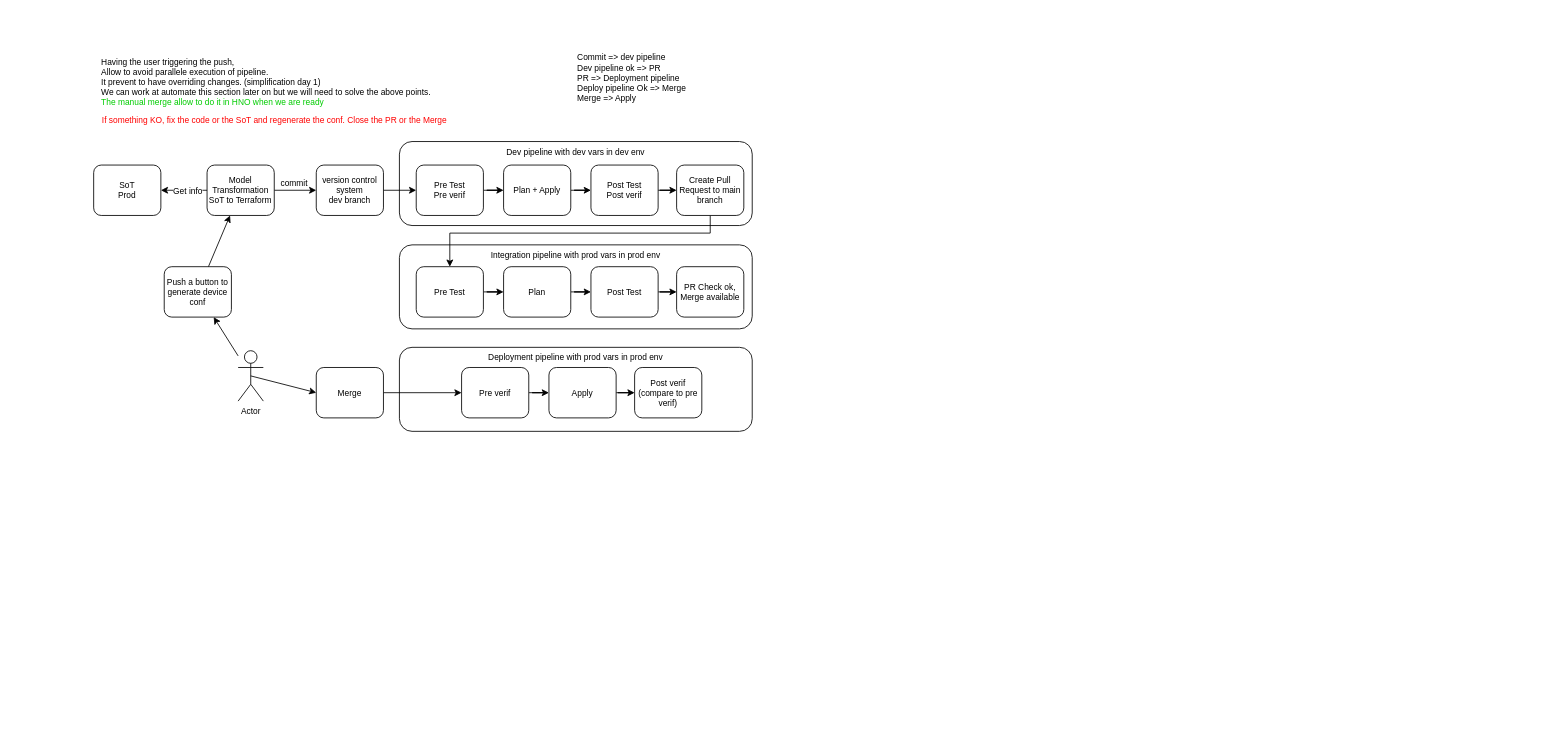
Earlier version of the draw.io diagram page "WithSoT" (1 of 4) of post/tf-gha-nsxt-cicd/TerraformNetworkCICD.drawio (netmemo/netmemo.github.io). Source tidied: cells renumbered, new cells numbered last; positions are measured from the earlier drawing's top-left corner, leaving out a move shared by most shapes. Both pictures are drawn from the tidied source at 84%, with x=0, y=0 at pixel (93, 48).
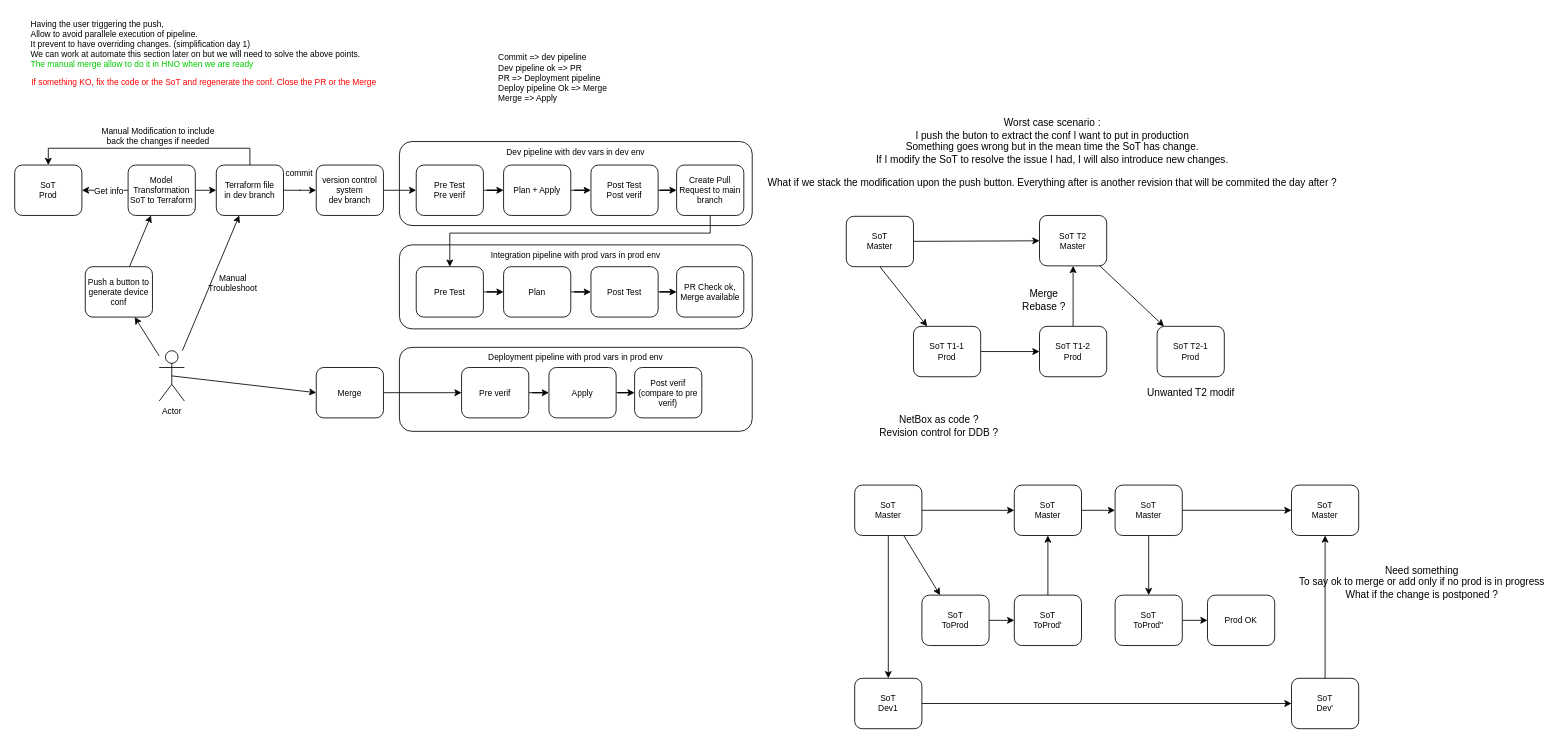
After the change.

Unchanged cells that the change refers to:
```xml
<mxCell id="11" value="&lt;div style=&quot;font-size: 10px;&quot;&gt;version control system&lt;/div&gt;&lt;div style=&quot;font-size: 10px;&quot;&gt;dev branch&lt;br style=&quot;font-size: 10px;&quot;&gt;&lt;/div&gt;" style="rounded=1;whiteSpace=wrap;html=1;fontSize=10;" parent="1" vertex="1">
  <mxGeometry x="265" y="139" width="80" height="60" as="geometry" />
</mxCell>
```

The edit, as a diff of the source:
```diff
@@
     <mxCell id="5" value="&lt;div style=&quot;font-size: 10px;&quot;&gt;SoT&lt;/div&gt;&lt;div style=&quot;font-size: 10px;&quot;&gt;Prod&lt;br style=&quot;font-size: 10px;&quot;&gt;&lt;/div&gt;" style="rounded=1;whiteSpace=wrap;html=1;fontSize=10;" parent="1" vertex="1">
-      <mxGeometry y="139" width="80" height="60" as="geometry" />
+      <mxGeometry x="-94" y="139" width="80" height="60" as="geometry" />
     </mxCell>
-    <mxCell id="6" style="edgeStyle=none;rounded=0;jettySize=auto;html=1;startArrow=none;startFill=0;fontSize=10;" parent="1" edge="1" source="7" target="11">
+    <mxCell id="6" style="edgeStyle=none;rounded=0;jettySize=auto;html=1;startArrow=none;startFill=0;fontSize=10;" parent="1" edge="1" source="7" target="46">
       <mxGeometry relative="1" as="geometry" />
     </mxCell>
     <mxCell id="7" value="Model Transformation&lt;br&gt;SoT to Terraform" style="rounded=1;whiteSpace=wrap;html=1;fontSize=10;" parent="1" vertex="1">
-      <mxGeometry x="135" y="139" width="80" height="60" as="geometry" />
+      <mxGeometry x="41" y="139" width="80" height="60" as="geometry" />
     </mxCell>
@@
+    <mxCell id="43" style="rounded=0;jettySize=auto;html=1;" parent="1" edge="1" source="25" target="46">
+      <mxGeometry relative="1" as="geometry" />
+    </mxCell>
     <mxCell id="25" value="Actor" style="shape=umlActor;verticalLabelPosition=bottom;verticalAlign=top;html=1;outlineConnect=0;fontSize=10;" parent="1" vertex="1">
-      <mxGeometry x="172" y="360" width="30" height="60" as="geometry" />
+      <mxGeometry x="78" y="360" width="30" height="60" as="geometry" />
     </mxCell>
     <mxCell id="26" value="Commit =&amp;gt; dev pipeline&lt;br style=&quot;font-size: 10px&quot;&gt;Dev pipeline ok =&amp;gt; PR&lt;br style=&quot;font-size: 10px&quot;&gt;PR =&amp;gt; Deployment pipeline&lt;br style=&quot;font-size: 10px&quot;&gt;Deploy pipeline Ok =&amp;gt; Merge&lt;br style=&quot;font-size: 10px&quot;&gt;&lt;div style=&quot;font-size: 10px&quot;&gt;&lt;span style=&quot;font-size: 10px&quot;&gt;Merge =&amp;gt; Apply&lt;/span&gt;&lt;/div&gt;" style="text;html=1;align=left;verticalAlign=middle;strokeColor=none;fontSize=10;" parent="1" vertex="1">
-      <mxGeometry x="574" width="140" height="70" as="geometry" />
+      <mxGeometry x="480" width="140" height="70" as="geometry" />
     </mxCell>
     <mxCell id="27" value="commit" style="text;html=1;strokeColor=none;fillColor=none;align=center;verticalAlign=middle;whiteSpace=wrap;rounded=0;fontSize=10;" parent="1" vertex="1">
-      <mxGeometry x="219" y="151" width="40" height="20" as="geometry" />
+      <mxGeometry x="225" y="139" width="40" height="20" as="geometry" />
     </mxCell>
@@
     <mxCell id="38" value="&lt;span style=&quot;font-size: 10px;&quot;&gt;Push a button to generate device conf&lt;/span&gt;" style="rounded=1;whiteSpace=wrap;html=1;fontSize=10;" parent="1" vertex="1">
-      <mxGeometry x="84" y="260" width="80" height="60" as="geometry" />
+      <mxGeometry x="-10" y="260" width="80" height="60" as="geometry" />
     </mxCell>
@@
     <mxCell id="41" value="&lt;div style=&quot;text-align: left&quot;&gt;&lt;span&gt;Having the user triggering the push,&lt;/span&gt;&lt;/div&gt;&lt;div style=&quot;text-align: left&quot;&gt;&lt;span&gt;Allow to avoid parallele execution of pipeline.&lt;/span&gt;&lt;/div&gt;&lt;div style=&quot;text-align: left&quot;&gt;&lt;span&gt;It prevent to have overriding changes. (simplification day 1)&lt;/span&gt;&lt;/div&gt;&lt;div style=&quot;text-align: left&quot;&gt;&lt;span&gt;We can work at automate this section later on but we will need to solve the above points.&lt;/span&gt;&lt;/div&gt;&lt;div style=&quot;text-align: left&quot;&gt;&lt;span&gt;&lt;font color=&quot;#00cc00&quot;&gt;The manual merge allow to do it in HNO when we are ready&lt;/font&gt;&lt;/span&gt;&lt;/div&gt;" style="text;html=1;align=center;verticalAlign=middle;strokeColor=none;fontSize=10;" parent="1" vertex="1">
-      <mxGeometry y="5" width="410" height="70" as="geometry" />
+      <mxGeometry x="-84" y="-40" width="410" height="70" as="geometry" />
     </mxCell>
     <mxCell id="42" value="If something KO, fix the code or the SoT and regenerate the conf. Close the PR or the Merge" style="text;html=1;align=center;verticalAlign=middle;strokeColor=none;fontSize=10;fontColor=#FF0000;" parent="1" vertex="1">
-      <mxGeometry y="75" width="430" height="20" as="geometry" />
+      <mxGeometry x="-84" y="30" width="430" height="20" as="geometry" />
     </mxCell>
+    <mxCell id="44" style="edgeStyle=orthogonalEdgeStyle;rounded=0;jettySize=auto;html=1;" parent="1" edge="1" source="46" target="11">
+      <mxGeometry relative="1" as="geometry" />
+    </mxCell>
+    <mxCell id="45" style="edgeStyle=orthogonalEdgeStyle;rounded=0;jettySize=auto;html=1;exitX=0.5;exitY=0;exitDx=0;exitDy=0;entryX=0.5;entryY=0;entryDx=0;entryDy=0;" parent="1" edge="1" source="46" target="5">
+      <mxGeometry relative="1" as="geometry" />
+    </mxCell>
+    <mxCell id="46" value="&lt;div style=&quot;font-size: 10px&quot;&gt;Terraform file&lt;/div&gt;&lt;div style=&quot;font-size: 10px&quot;&gt;in dev branch&lt;/div&gt;" style="rounded=1;whiteSpace=wrap;html=1;fontSize=10;" parent="1" vertex="1">
+      <mxGeometry x="146" y="139" width="80" height="60" as="geometry" />
+    </mxCell>
+    <mxCell id="47" value="Manual Troubleshoot" style="text;html=1;strokeColor=none;fillColor=none;align=center;verticalAlign=middle;whiteSpace=wrap;rounded=0;fontSize=10;" parent="1" vertex="1">
+      <mxGeometry x="146" y="270" width="40" height="20" as="geometry" />
+    </mxCell>
+    <mxCell id="48" value="Manual Modification to include back the changes if needed" style="text;html=1;strokeColor=none;fillColor=none;align=center;verticalAlign=middle;whiteSpace=wrap;rounded=0;fontSize=10;" parent="1" vertex="1">
+      <mxGeometry x="8" y="95" width="138" height="20" as="geometry" />
+    </mxCell>
+    <mxCell id="49" value="Worst case scenario :&lt;br&gt;I push the buton to extract the conf I want to put in production&lt;br&gt;Something goes wrong but in the mean time the SoT has change.&lt;br&gt;If I modify the SoT to resolve the issue I had, I will also introduce new changes.&lt;br&gt;&lt;br&gt;What if we stack the modification upon the push button. Everything after is another revision that will be commited the day after ?" style="text;html=1;align=center;verticalAlign=middle;strokeColor=none;" parent="1" vertex="1">
+      <mxGeometry x="796" y="80" width="690" height="90" as="geometry" />
+    </mxCell>
+    <mxCell id="50" style="rounded=0;jettySize=auto;html=1;exitX=0.5;exitY=1;exitDx=0;exitDy=0;" parent="1" edge="1" source="52" target="54">
+      <mxGeometry relative="1" as="geometry" />
+    </mxCell>
+    <mxCell id="51" style="edgeStyle=none;rounded=0;jettySize=auto;html=1;" parent="1" edge="1" source="52" target="56">
+      <mxGeometry relative="1" as="geometry" />
+    </mxCell>
+    <mxCell id="52" value="&lt;div style=&quot;font-size: 10px&quot;&gt;SoT&lt;/div&gt;&lt;div style=&quot;font-size: 10px&quot;&gt;Master&lt;/div&gt;" style="rounded=1;whiteSpace=wrap;html=1;fontSize=10;" parent="1" vertex="1">
+      <mxGeometry x="896" y="200" width="80" height="60" as="geometry" />
+    </mxCell>
+    <mxCell id="53" style="edgeStyle=none;rounded=0;jettySize=auto;html=1;" parent="1" edge="1" source="54" target="58">
+      <mxGeometry relative="1" as="geometry" />
+    </mxCell>
+    <mxCell id="54" value="&lt;div style=&quot;font-size: 10px&quot;&gt;SoT T1-1&lt;/div&gt;&lt;div style=&quot;font-size: 10px&quot;&gt;Prod&lt;/div&gt;" style="rounded=1;whiteSpace=wrap;html=1;fontSize=10;" parent="1" vertex="1">
+      <mxGeometry x="976" y="331" width="80" height="60" as="geometry" />
+    </mxCell>
+    <mxCell id="55" style="edgeStyle=none;rounded=0;jettySize=auto;html=1;" parent="1" edge="1" source="56" target="59">
+      <mxGeometry relative="1" as="geometry" />
+    </mxCell>
+    <mxCell id="56" value="&lt;div style=&quot;font-size: 10px&quot;&gt;SoT T2&lt;/div&gt;&lt;div style=&quot;font-size: 10px&quot;&gt;Master&lt;/div&gt;" style="rounded=1;whiteSpace=wrap;html=1;fontSize=10;" parent="1" vertex="1">
+      <mxGeometry x="1126" y="199" width="80" height="60" as="geometry" />
+    </mxCell>
+    <mxCell id="57" style="edgeStyle=none;rounded=0;jettySize=auto;html=1;" parent="1" edge="1" source="58" target="56">
+      <mxGeometry relative="1" as="geometry" />
+    </mxCell>
+    <mxCell id="58" value="&lt;div style=&quot;font-size: 10px&quot;&gt;SoT T1-2&lt;/div&gt;&lt;div style=&quot;font-size: 10px&quot;&gt;Prod&lt;/div&gt;" style="rounded=1;whiteSpace=wrap;html=1;fontSize=10;" parent="1" vertex="1">
+      <mxGeometry x="1126" y="331" width="80" height="60" as="geometry" />
+    </mxCell>
+    <mxCell id="59" value="&lt;div style=&quot;font-size: 10px&quot;&gt;SoT T2-1&lt;/div&gt;&lt;div style=&quot;font-size: 10px&quot;&gt;Prod&lt;/div&gt;" style="rounded=1;whiteSpace=wrap;html=1;fontSize=10;" parent="1" vertex="1">
+      <mxGeometry x="1266" y="331" width="80" height="60" as="geometry" />
+    </mxCell>
+    <mxCell id="60" value="Unwanted T2 modif" style="text;html=1;align=center;verticalAlign=middle;strokeColor=none;" parent="1" vertex="1">
+      <mxGeometry x="1246" y="400" width="120" height="20" as="geometry" />
+    </mxCell>
+    <mxCell id="61" style="edgeStyle=none;rounded=0;jettySize=auto;html=1;" parent="1" edge="1" source="65" target="72">
+      <mxGeometry relative="1" as="geometry" />
+    </mxCell>
+    <mxCell id="62" style="edgeStyle=none;rounded=0;jettySize=auto;html=1;" parent="1" edge="1" source="65" target="68">
+      <mxGeometry relative="1" as="geometry" />
+    </mxCell>
+    <mxCell id="63" style="edgeStyle=none;rounded=0;jettySize=auto;html=1;" parent="1" edge="1" source="81" target="74">
+      <mxGeometry relative="1" as="geometry" />
+    </mxCell>
+    <mxCell id="64" style="edgeStyle=none;rounded=0;jettySize=auto;html=1;" parent="1" edge="1" source="65" target="78">
+      <mxGeometry relative="1" as="geometry" />
+    </mxCell>
+    <mxCell id="65" value="&lt;div style=&quot;font-size: 10px&quot;&gt;SoT&lt;/div&gt;&lt;div style=&quot;font-size: 10px&quot;&gt;Master&lt;/div&gt;" style="rounded=1;whiteSpace=wrap;html=1;fontSize=10;" parent="1" vertex="1">
+      <mxGeometry x="906" y="520" width="80" height="60" as="geometry" />
+    </mxCell>
+    <mxCell id="66" style="edgeStyle=none;rounded=0;jettySize=auto;html=1;" parent="1" edge="1" source="72" target="70">
+      <mxGeometry relative="1" as="geometry" />
+    </mxCell>
+    <mxCell id="67" style="edgeStyle=none;rounded=0;jettySize=auto;html=1;entryX=0;entryY=0.5;entryDx=0;entryDy=0;" parent="1" edge="1" source="68" target="76">
+      <mxGeometry relative="1" as="geometry" />
+    </mxCell>
+    <mxCell id="68" value="&lt;div style=&quot;font-size: 10px&quot;&gt;SoT&lt;/div&gt;&lt;div style=&quot;font-size: 10px&quot;&gt;Dev1&lt;/div&gt;" style="rounded=1;whiteSpace=wrap;html=1;fontSize=10;" parent="1" vertex="1">
+      <mxGeometry x="906" y="750" width="80" height="60" as="geometry" />
+    </mxCell>
+    <mxCell id="69" style="edgeStyle=none;rounded=0;jettySize=auto;html=1;" parent="1" edge="1" source="70" target="78">
+      <mxGeometry relative="1" as="geometry" />
+    </mxCell>
+    <mxCell id="70" value="&lt;div style=&quot;font-size: 10px&quot;&gt;SoT&lt;/div&gt;&lt;div style=&quot;font-size: 10px&quot;&gt;ToProd'&lt;/div&gt;" style="rounded=1;whiteSpace=wrap;html=1;fontSize=10;" parent="1" vertex="1">
+      <mxGeometry x="1096" y="651" width="80" height="60" as="geometry" />
+    </mxCell>
+    <mxCell id="71" value="Merge&lt;br&gt;Rebase ?" style="text;html=1;align=center;verticalAlign=middle;strokeColor=none;" parent="1" vertex="1">
+      <mxGeometry x="1096" y="285" width="70" height="30" as="geometry" />
+    </mxCell>
+    <mxCell id="72" value="&lt;div style=&quot;font-size: 10px&quot;&gt;SoT&lt;/div&gt;&lt;div style=&quot;font-size: 10px&quot;&gt;ToProd&lt;/div&gt;" style="rounded=1;whiteSpace=wrap;html=1;fontSize=10;" parent="1" vertex="1">
+      <mxGeometry x="986" y="651" width="80" height="60" as="geometry" />
+    </mxCell>
+    <mxCell id="73" style="edgeStyle=none;rounded=0;jettySize=auto;html=1;" parent="1" edge="1" source="74" target="82">
+      <mxGeometry relative="1" as="geometry" />
+    </mxCell>
+    <mxCell id="74" value="&lt;div style=&quot;font-size: 10px&quot;&gt;SoT&lt;/div&gt;&lt;div style=&quot;font-size: 10px&quot;&gt;ToProd''&lt;/div&gt;" style="rounded=1;whiteSpace=wrap;html=1;fontSize=10;" parent="1" vertex="1">
+      <mxGeometry x="1216" y="651" width="80" height="60" as="geometry" />
+    </mxCell>
+    <mxCell id="75" style="edgeStyle=none;rounded=0;jettySize=auto;html=1;" parent="1" edge="1" source="76" target="83">
+      <mxGeometry relative="1" as="geometry" />
+    </mxCell>
+    <mxCell id="76" value="&lt;div style=&quot;font-size: 10px&quot;&gt;SoT&lt;/div&gt;&lt;div style=&quot;font-size: 10px&quot;&gt;Dev'&lt;/div&gt;" style="rounded=1;whiteSpace=wrap;html=1;fontSize=10;" parent="1" vertex="1">
+      <mxGeometry x="1426" y="750" width="80" height="60" as="geometry" />
+    </mxCell>
+    <mxCell id="77" style="edgeStyle=none;rounded=0;jettySize=auto;html=1;" parent="1" edge="1" source="78" target="81">
+      <mxGeometry relative="1" as="geometry" />
+    </mxCell>
+    <mxCell id="78" value="&lt;div style=&quot;font-size: 10px&quot;&gt;SoT&lt;/div&gt;&lt;div style=&quot;font-size: 10px&quot;&gt;Master&lt;/div&gt;" style="rounded=1;whiteSpace=wrap;html=1;fontSize=10;" parent="1" vertex="1">
+      <mxGeometry x="1096" y="520" width="80" height="60" as="geometry" />
+    </mxCell>
+    <mxCell id="79" value="NetBox as code ?&lt;br&gt;Revision control for DDB ?" style="text;html=1;align=center;verticalAlign=middle;strokeColor=none;" parent="1" vertex="1">
+      <mxGeometry x="926" y="435" width="160" height="30" as="geometry" />
+    </mxCell>
+    <mxCell id="80" style="edgeStyle=none;rounded=0;jettySize=auto;html=1;" parent="1" edge="1" source="81" target="83">
+      <mxGeometry relative="1" as="geometry" />
+    </mxCell>
+    <mxCell id="81" value="&lt;div style=&quot;font-size: 10px&quot;&gt;SoT&lt;/div&gt;&lt;div style=&quot;font-size: 10px&quot;&gt;Master&lt;/div&gt;" style="rounded=1;whiteSpace=wrap;html=1;fontSize=10;" parent="1" vertex="1">
+      <mxGeometry x="1216" y="520" width="80" height="60" as="geometry" />
+    </mxCell>
+    <mxCell id="82" value="&lt;div style=&quot;font-size: 10px&quot;&gt;Prod OK&lt;/div&gt;" style="rounded=1;whiteSpace=wrap;html=1;fontSize=10;" parent="1" vertex="1">
+      <mxGeometry x="1326" y="651" width="80" height="60" as="geometry" />
+    </mxCell>
+    <mxCell id="83" value="&lt;div style=&quot;font-size: 10px&quot;&gt;SoT&lt;/div&gt;&lt;div style=&quot;font-size: 10px&quot;&gt;Master&lt;/div&gt;" style="rounded=1;whiteSpace=wrap;html=1;fontSize=10;" parent="1" vertex="1">
+      <mxGeometry x="1426" y="520" width="80" height="60" as="geometry" />
+    </mxCell>
+    <mxCell id="84" value="Need something&lt;br&gt;To say ok to merge or add only if no prod is in progress&lt;br&gt;What if the change is postponed ?" style="text;html=1;align=center;verticalAlign=middle;strokeColor=none;" parent="1" vertex="1">
+      <mxGeometry x="1426" y="611" width="310" height="50" as="geometry" />
+    </mxCell>
```
